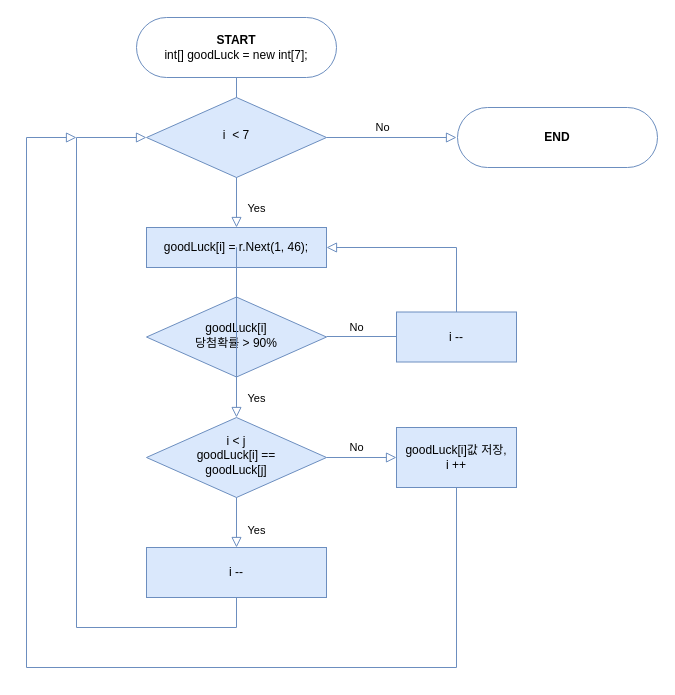
jhy0409/jhy0409 keeps this draw.io diagram as 2 vsStudio_P/210408_cSharp_basic_chap5/sukje_lotto/PPT/lottoAlgori.drawio. Above is the earlier version. Source tidied: cells renumbered, new cells numbered last; positions are measured from the earlier drawing's top-left corner, leaving out a move shared by most shapes. Both pictures are drawn from the tidied source at 100%, with x=0, y=0 at pixel (26, 17).
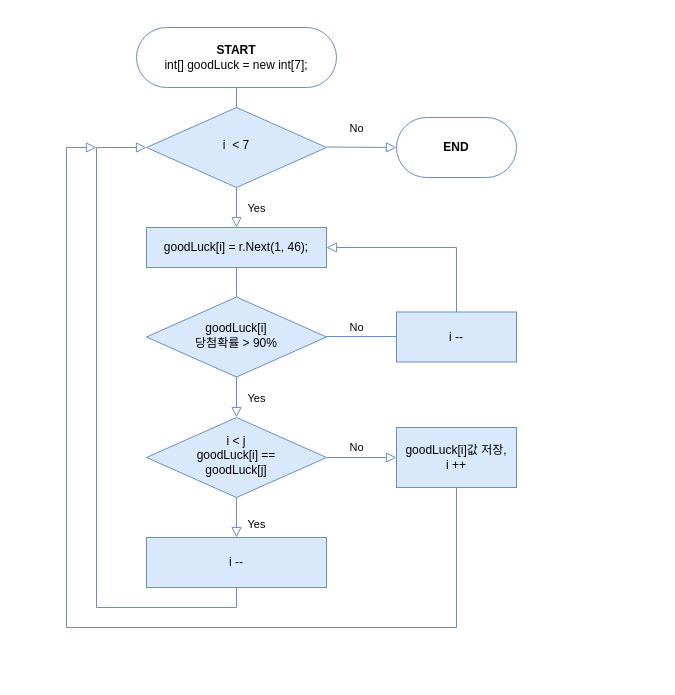
After the change.

Unchanged cells that the change refers to:
```xml
<mxCell id="7" value="&lt;span&gt;goodLuck[i]값 저장,&lt;br&gt;i ++&lt;br&gt;&lt;/span&gt;" style="rounded=0;whiteSpace=wrap;html=1;fontSize=12;glass=0;strokeWidth=1;fillColor=#dae8fc;strokeColor=#6c8ebf;" parent="1" vertex="1">
  <mxGeometry x="370" y="410" width="120" height="60" as="geometry" />
</mxCell>
```

Change to the diagram source:
```diff
@@
-    <mxCell id="2" value="&lt;div&gt;&lt;span&gt;goodLuck[i] = r.Next(1, 46);&lt;/span&gt;&lt;br&gt;&lt;/div&gt;" style="rounded=0;whiteSpace=wrap;html=1;glass=0;strokeWidth=1;fillColor=#dae8fc;strokeColor=#6c8ebf;" parent="1" vertex="1">
-      <mxGeometry x="120" y="210" width="180" height="40" as="geometry" />
-    </mxCell>
@@
-    <mxCell id="4" style="edgeStyle=orthogonalEdgeStyle;rounded=0;jettySize=auto;html=1;fillColor=#dae8fc;strokeColor=#6c8ebf;shadow=0;strokeWidth=1;labelBackgroundColor=none;endFill=0;endArrow=block;endSize=8;" parent="1" edge="1" source="5" target="11">
+    <mxCell id="4" style="edgeStyle=orthogonalEdgeStyle;rounded=0;jettySize=auto;html=1;fillColor=#dae8fc;strokeColor=#6c8ebf;shadow=0;strokeWidth=1;labelBackgroundColor=none;endFill=0;endArrow=block;endSize=8;entryX=0;entryY=0.5;entryDx=0;entryDy=0;" parent="1" edge="1" source="5" target="11">
       <mxGeometry relative="1" as="geometry">
         <Array as="points">
-          <mxPoint x="210" y="610" />
-          <mxPoint x="50" y="610" />
-          <mxPoint x="50" y="120" />
+          <mxPoint x="210" y="590" />
+          <mxPoint x="70" y="590" />
+          <mxPoint x="70" y="130" />
         </Array>
       </mxGeometry>
     </mxCell>
     <mxCell id="5" value="i --" style="rounded=0;whiteSpace=wrap;html=1;fontSize=12;glass=0;strokeWidth=1;fillColor=#dae8fc;strokeColor=#6c8ebf;" parent="1" vertex="1">
-      <mxGeometry x="120" y="530" width="180" height="50" as="geometry" />
+      <mxGeometry x="120" y="520" width="180" height="50" as="geometry" />
     </mxCell>
     <mxCell id="6" style="edgeStyle=orthogonalEdgeStyle;rounded=0;jettySize=auto;html=1;shadow=0;strokeColor=#6c8ebf;strokeWidth=1;fillColor=#dae8fc;labelBackgroundColor=none;endFill=0;endArrow=block;endSize=8;" parent="1" edge="1" source="7">
       <mxGeometry relative="1" as="geometry">
-        <mxPoint x="50" y="120" as="targetPoint" />
+        <mxPoint x="70" y="130" as="targetPoint" />
         <Array as="points">
-          <mxPoint x="430" y="650" />
-          <mxPoint y="650" />
-          <mxPoint y="120" />
+          <mxPoint x="430" y="610" />
+          <mxPoint x="40" y="610" />
+          <mxPoint x="40" y="130" />
         </Array>
       </mxGeometry>
     </mxCell>
@@
     <mxCell id="11" value="i&amp;nbsp; &amp;lt; 7" style="rhombus;whiteSpace=wrap;html=1;shadow=0;fontFamily=Helvetica;fontSize=12;align=center;strokeWidth=1;spacing=6;spacingTop=-4;fillColor=#dae8fc;strokeColor=#6c8ebf;" parent="1" vertex="1">
-      <mxGeometry x="120" y="80" width="180" height="80" as="geometry" />
+      <mxGeometry x="120" y="90" width="180" height="80" as="geometry" />
     </mxCell>
-    <mxCell id="12" value="goodLuck[i]&lt;br&gt;당첨확률 &amp;gt; 90%" style="rhombus;whiteSpace=wrap;html=1;shadow=0;fontFamily=Helvetica;fontSize=12;align=center;strokeWidth=1;spacing=6;spacingTop=-4;fillColor=#dae8fc;strokeColor=#6c8ebf;" parent="1" vertex="1">
-      <mxGeometry x="120" y="279.5" width="180" height="80" as="geometry" />
-    </mxCell>
@@
-    <mxCell id="15" value="No" style="edgeStyle=orthogonalEdgeStyle;rounded=0;html=1;jettySize=auto;orthogonalLoop=1;fontSize=11;endArrow=block;endFill=0;endSize=8;strokeWidth=1;shadow=0;labelBackgroundColor=none;exitX=1;exitY=0.5;exitDx=0;exitDy=0;fillColor=#dae8fc;strokeColor=#6c8ebf;" parent="1" edge="1">
-      <mxGeometry x="-0.14" y="10" relative="1" as="geometry">
-        <mxPoint x="300" y="120" as="sourcePoint" />
-        <mxPoint x="430" y="120" as="targetPoint" />
+    <mxCell id="15" value="No" style="edgeStyle=orthogonalEdgeStyle;rounded=0;html=1;jettySize=auto;fontSize=11;endArrow=block;endFill=0;endSize=8;strokeWidth=1;shadow=0;labelBackgroundColor=none;exitX=1;exitY=0.5;exitDx=0;exitDy=0;fillColor=#dae8fc;strokeColor=#6c8ebf;entryX=0;entryY=0.5;entryDx=0;entryDy=0;" parent="1" edge="1" target="16">
+      <mxGeometry x="-0.15" y="20" relative="1" as="geometry">
+        <mxPoint x="300" y="129.5" as="sourcePoint" />
+        <mxPoint y="1" as="offset" />
       </mxGeometry>
     </mxCell>
     <mxCell id="16" value="&lt;b&gt;END&lt;/b&gt;" style="rounded=1;whiteSpace=wrap;html=1;fontSize=12;glass=0;strokeWidth=1;shadow=0;absoluteArcSize=1;arcSize=120;fillColor=#FFFFFF;strokeColor=#6c8ebf;" parent="1" vertex="1">
-      <mxGeometry x="431" y="90" width="200" height="60" as="geometry" />
+      <mxGeometry x="370" y="100" width="120" height="60" as="geometry" />
     </mxCell>
     <mxCell id="17" value="&lt;b&gt;START&lt;br&gt;&lt;/b&gt;int[] goodLuck = new int[7];" style="rounded=1;whiteSpace=wrap;html=1;fontSize=12;glass=0;strokeWidth=1;shadow=0;absoluteArcSize=1;arcSize=120;strokeColor=#6c8ebf;fillColor=#FFFFFF;" parent="1" vertex="1">
-      <mxGeometry x="110" width="200" height="60" as="geometry" />
+      <mxGeometry x="110" y="10" width="200" height="60" as="geometry" />
     </mxCell>
@@
+    <mxCell id="2" value="&lt;div&gt;&lt;span&gt;goodLuck[i] = r.Next(1, 46);&lt;/span&gt;&lt;br&gt;&lt;/div&gt;" style="rounded=0;whiteSpace=wrap;html=1;glass=0;strokeWidth=1;fillColor=#dae8fc;strokeColor=#6c8ebf;" parent="1" vertex="1">
+      <mxGeometry x="120" y="210" width="180" height="40" as="geometry" />
+    </mxCell>
+    <mxCell id="12" value="goodLuck[i]&lt;br&gt;당첨확률 &amp;gt; 90%" style="rhombus;whiteSpace=wrap;html=1;shadow=0;fontFamily=Helvetica;fontSize=12;align=center;strokeWidth=1;spacing=6;spacingTop=-4;fillColor=#dae8fc;strokeColor=#6c8ebf;" parent="1" vertex="1">
+      <mxGeometry x="120" y="279.5" width="180" height="80" as="geometry" />
+    </mxCell>
```
